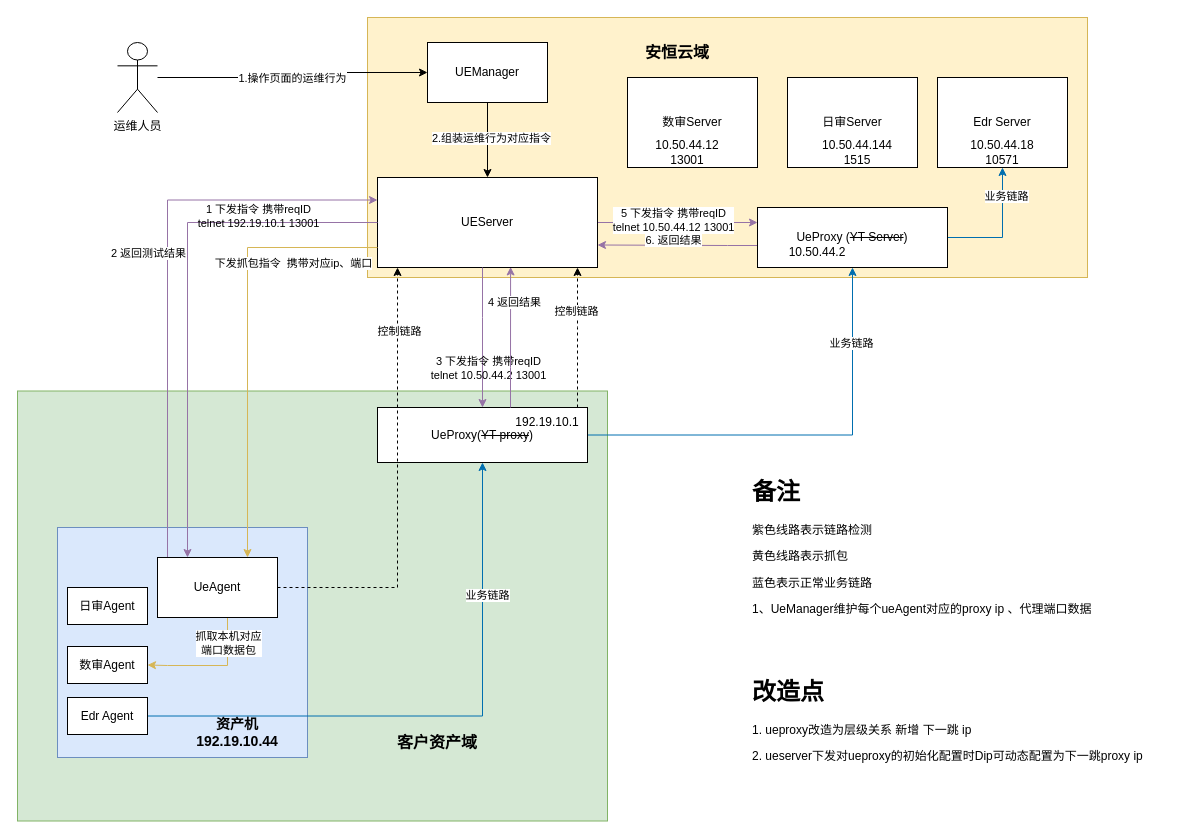
Before: 自动化运维链路图 (1).drawio in SwagLYY/myPersonalRepo, a draw.io diagram. Source tidied: cells renumbered, new cells numbered last; positions are measured from the earlier drawing's top-left corner, leaving out a move shared by most shapes. Both pictures are drawn from the tidied source at 100%, with x=0, y=0 at pixel (17, 17).
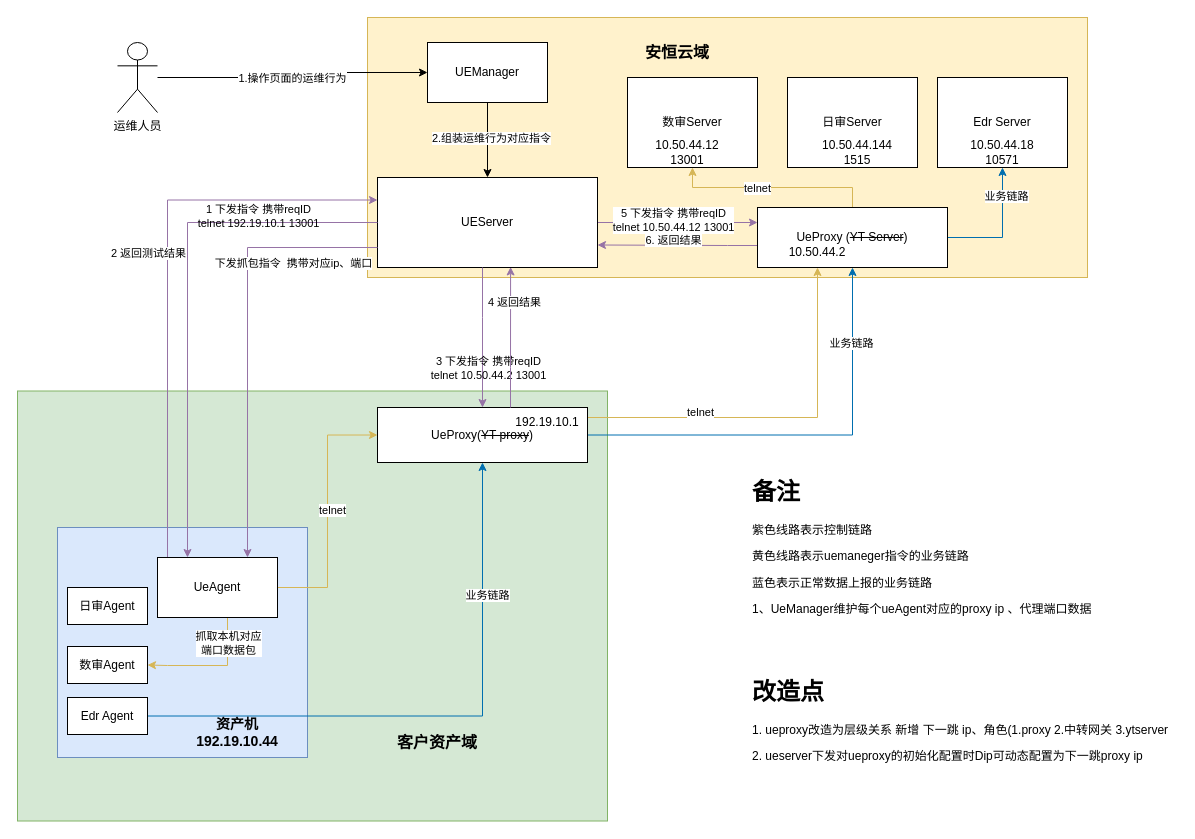
Above is the later version.

Commit message:
更新自动化运维链路图 (1).drawio

The change refers to these unchanged cells:
```xml
<mxCell id="7" value="UEServer" style="rounded=0;whiteSpace=wrap;html=1;" parent="1" vertex="1">
  <mxGeometry x="360" y="160" width="220" height="90" as="geometry" />
</mxCell>
<mxCell id="9" value="数审Server" style="rounded=0;whiteSpace=wrap;html=1;" parent="1" vertex="1">
  <mxGeometry x="610" y="60" width="130" height="90" as="geometry" />
</mxCell>
<mxCell id="20" value="UeProxy(&lt;strike&gt;YT proxy&lt;/strike&gt;)" style="rounded=0;whiteSpace=wrap;html=1;" parent="1" vertex="1">
  <mxGeometry x="360" y="390" width="210" height="55" as="geometry" />
</mxCell>
<mxCell id="31" value="UeAgent" style="rounded=0;whiteSpace=wrap;html=1;" parent="1" vertex="1">
  <mxGeometry x="140" y="540" width="120" height="60" as="geometry" />
</mxCell>
<mxCell id="56" value="UeProxy (&lt;strike&gt;YT Server&lt;/strike&gt;)" style="rounded=0;whiteSpace=wrap;html=1;" parent="1" vertex="1">
  <mxGeometry x="740" y="190" width="190" height="60" as="geometry" />
</mxCell>
<mxCell id="57" value="10.50.44.2" style="text;html=1;strokeColor=none;fillColor=none;align=center;verticalAlign=middle;whiteSpace=wrap;rounded=0;" parent="1" vertex="1">
  <mxGeometry x="770" y="220" width="60" height="30" as="geometry" />
</mxCell>
```

What changed in the source:
```diff
@@
-    <mxCell id="16" style="edgeStyle=orthogonalEdgeStyle;rounded=0;jettySize=auto;html=1;dashed=1;" parent="1" edge="1" source="20" target="7">
-      <mxGeometry relative="1" as="geometry">
-        <Array as="points">
-          <mxPoint x="560" y="310" />
-          <mxPoint x="560" y="310" />
-        </Array>
-      </mxGeometry>
-    </mxCell>
-    <mxCell id="17" value="控制链路" style="edgeLabel;html=1;align=center;verticalAlign=middle;" parent="16" vertex="1">
-      <mxGeometry x="0.38" y="2" relative="1" as="geometry" />
-    </mxCell>
@@
+    <mxCell id="59" style="edgeStyle=orthogonalEdgeStyle;rounded=0;jettySize=auto;html=1;entryX=0.5;entryY=1;entryDx=0;entryDy=0;fillColor=#fff2cc;strokeColor=#d6b656;" parent="1" edge="1" source="20" target="57">
+      <mxGeometry relative="1" as="geometry">
+        <Array as="points">
+          <mxPoint x="800" y="400" />
+        </Array>
+      </mxGeometry>
+    </mxCell>
+    <mxCell id="60" value="telnet" style="edgeLabel;html=1;align=center;verticalAlign=middle;" parent="59" vertex="1">
+      <mxGeometry x="-0.41" y="6" relative="1" as="geometry" />
+    </mxCell>
@@
+    <mxCell id="61" style="edgeStyle=orthogonalEdgeStyle;rounded=0;jettySize=auto;html=1;entryX=0;entryY=0.5;entryDx=0;entryDy=0;fillColor=#fff2cc;strokeColor=#d6b656;" parent="1" edge="1" source="31" target="20">
+      <mxGeometry relative="1" as="geometry" />
+    </mxCell>
+    <mxCell id="62" value="telnet" style="edgeLabel;html=1;align=center;verticalAlign=middle;" parent="61" vertex="1">
+      <mxGeometry x="0.01" y="-4" relative="1" as="geometry" />
+    </mxCell>
@@
-    <mxCell id="39" style="edgeStyle=orthogonalEdgeStyle;rounded=0;jettySize=auto;html=1;entryX=0.091;entryY=1;entryDx=0;entryDy=0;entryPerimeter=0;dashed=1;" parent="1" edge="1" source="31" target="7">
-      <mxGeometry relative="1" as="geometry" />
-    </mxCell>
-    <mxCell id="40" value="控制链路" style="edgeLabel;html=1;align=center;verticalAlign=middle;" parent="39" vertex="1">
-      <mxGeometry x="0.71" y="-1" relative="1" as="geometry">
-        <mxPoint y="-1" as="offset" />
-      </mxGeometry>
-    </mxCell>
@@
-    <mxCell id="45" style="edgeStyle=orthogonalEdgeStyle;rounded=0;jettySize=auto;html=1;entryX=0.75;entryY=0;entryDx=0;entryDy=0;fillColor=#fff2cc;strokeColor=#d6b656;" parent="1" edge="1" source="7" target="31">
+    <mxCell id="45" style="edgeStyle=orthogonalEdgeStyle;rounded=0;jettySize=auto;html=1;entryX=0.75;entryY=0;entryDx=0;entryDy=0;fillColor=#e1d5e7;strokeColor=#9673a6;" parent="1" edge="1" source="7" target="31">
       <mxGeometry relative="1" as="geometry">
         <Array as="points">
           <mxPoint x="230" y="230" />
         </Array>
       </mxGeometry>
     </mxCell>
@@
-    <mxCell id="47" value="&lt;h1&gt;备注&lt;/h1&gt;&lt;p&gt;紫色线路表示链路检测&lt;/p&gt;&lt;p&gt;黄色线路表示抓包&lt;/p&gt;&lt;p&gt;蓝色表示正常业务链路&lt;/p&gt;&lt;p&gt;&lt;span style=&quot;background-color: initial;&quot;&gt;1、UeManager维护每个ueAgent对应的proxy ip 、代理端口数据&lt;/span&gt;&lt;/p&gt;" style="text;html=1;strokeColor=none;fillColor=none;spacing=5;spacingTop=-20;whiteSpace=wrap;overflow=hidden;rounded=0;" parent="1" vertex="1">
+    <mxCell id="47" value="&lt;h1&gt;备注&lt;/h1&gt;&lt;p&gt;紫色线路表示控制链路&lt;/p&gt;&lt;p&gt;黄色线路表示uemaneger指令的业务链路&lt;/p&gt;&lt;p&gt;蓝色表示正常数据上报的业务链路&lt;/p&gt;&lt;p&gt;&lt;span style=&quot;background-color: initial;&quot;&gt;1、UeManager维护每个ueAgent对应的proxy ip 、代理端口数据&lt;/span&gt;&lt;/p&gt;" style="text;html=1;strokeColor=none;fillColor=none;spacing=5;spacingTop=-20;whiteSpace=wrap;overflow=hidden;rounded=0;" parent="1" vertex="1">
       <mxGeometry x="730" y="455" width="370" height="200" as="geometry" />
     </mxCell>
@@
+    <mxCell id="63" style="edgeStyle=orthogonalEdgeStyle;rounded=0;jettySize=auto;html=1;entryX=0.5;entryY=1;entryDx=0;entryDy=0;fillColor=#fff2cc;strokeColor=#d6b656;" parent="1" edge="1" source="56" target="9">
+      <mxGeometry relative="1" as="geometry" />
+    </mxCell>
+    <mxCell id="64" value="telnet" style="edgeLabel;html=1;align=center;verticalAlign=middle;" parent="63" vertex="1">
+      <mxGeometry x="0.16" relative="1" as="geometry" />
+    </mxCell>
@@
-    <mxCell id="58" value="&lt;h1&gt;改造点&lt;/h1&gt;&lt;p&gt;1. ueproxy改造为层级关系 新增 下一跳 ip&lt;/p&gt;&lt;p&gt;2. ueserver下发对ueproxy的初始化配置时Dip可动态配置为下一跳proxy ip&lt;/p&gt;" style="text;html=1;strokeColor=none;fillColor=none;spacing=5;spacingTop=-20;whiteSpace=wrap;overflow=hidden;rounded=0;" parent="1" vertex="1">
-      <mxGeometry x="730" y="655" width="400" height="120" as="geometry" />
+    <mxCell id="58" value="&lt;h1&gt;改造点&lt;/h1&gt;&lt;p&gt;1. ueproxy改造为层级关系 新增 下一跳 ip、角色(1.proxy 2.中转网关 3.ytserver&lt;/p&gt;&lt;p&gt;2. ueserver下发对ueproxy的初始化配置时Dip可动态配置为下一跳proxy ip&lt;/p&gt;" style="text;html=1;strokeColor=none;fillColor=none;spacing=5;spacingTop=-20;whiteSpace=wrap;overflow=hidden;rounded=0;" parent="1" vertex="1">
+      <mxGeometry x="730" y="655" width="430" height="120" as="geometry" />
     </mxCell>
```
